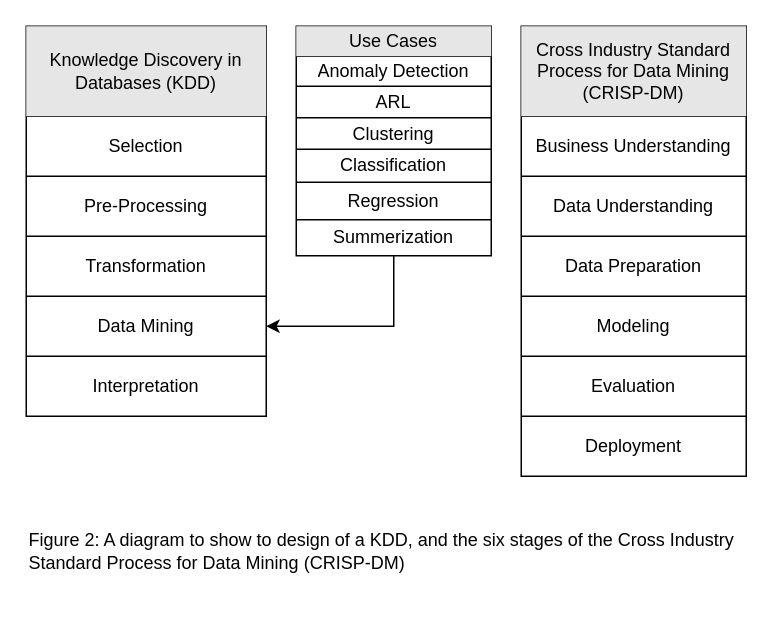
Before: KDD and CRISP-DM.drawio in jzaunegger/CPS-Research, a draw.io diagram. Source tidied: cells renumbered, new cells numbered last; positions are measured from the earlier drawing's top-left corner, leaving out a move shared by most shapes. Both pictures are drawn from the tidied source at 150%, with x=0, y=0 at pixel (26, 26).
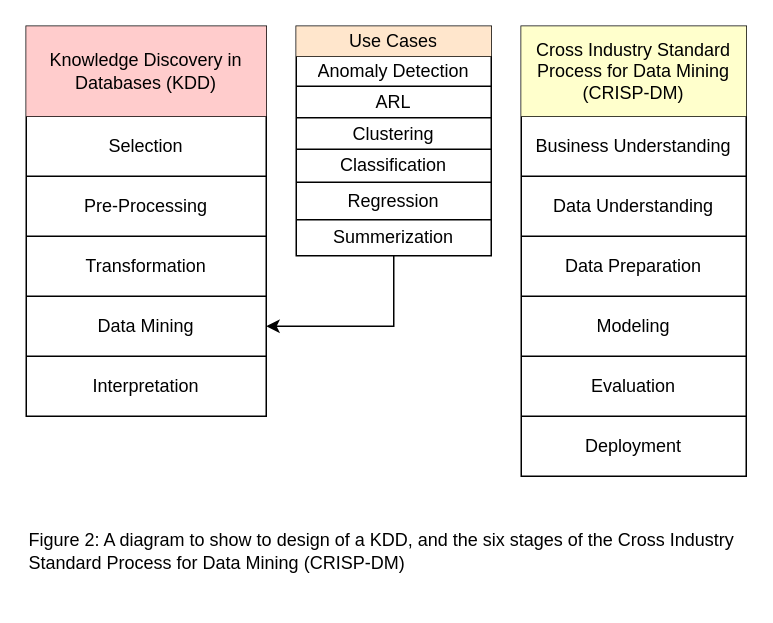
The same diagram, later.

Unchanged cells that the change refers to:
```xml
<mxCell id="4" style="shape=partialRectangle;html=1;whiteSpace=wrap;fillColor=none;top=0;left=0;bottom=0;right=0;" parent="3" vertex="1">
  <mxGeometry width="130" height="20" as="geometry" />
</mxCell>
<mxCell id="20" style="shape=partialRectangle;html=1;whiteSpace=wrap;fillColor=none;top=0;left=0;bottom=0;right=0;" parent="19" vertex="1">
  <mxGeometry width="150" height="60" as="geometry" />
</mxCell>
<mxCell id="35" style="shape=partialRectangle;html=1;whiteSpace=wrap;fillColor=none;top=0;left=0;bottom=0;right=0;" parent="34" vertex="1">
  <mxGeometry width="160" height="60" as="geometry" />
</mxCell>
```

What changed in the source:
```diff
@@
-    <mxCell id="5" value="Use Cases" style="shape=partialRectangle;html=1;whiteSpace=wrap;overflow=hidden;top=0;left=0;bottom=0;right=0;fillColor=#E6E6E6;" parent="4" vertex="1">
+    <mxCell id="5" value="Use Cases" style="shape=partialRectangle;html=1;whiteSpace=wrap;overflow=hidden;top=0;left=0;bottom=0;right=0;fillColor=#FFE6CC;" parent="4" vertex="1">
       <mxGeometry width="130" height="20" as="geometry" />
     </mxCell>
@@
-    <mxCell id="21" value="Cross Industry Standard Process for Data Mining (CRISP-DM)" style="shape=partialRectangle;html=1;whiteSpace=wrap;overflow=hidden;top=0;left=0;bottom=0;right=0;fillColor=#E6E6E6;" parent="20" vertex="1">
+    <mxCell id="21" value="Cross Industry Standard Process for Data Mining (CRISP-DM)" style="shape=partialRectangle;html=1;whiteSpace=wrap;overflow=hidden;top=0;left=0;bottom=0;right=0;fillColor=#FFFFCC;" parent="20" vertex="1">
       <mxGeometry width="150" height="60" as="geometry" />
     </mxCell>
@@
-    <mxCell id="36" value="Knowledge Discovery in Databases (KDD)" style="shape=partialRectangle;html=1;whiteSpace=wrap;overflow=hidden;top=0;left=0;bottom=0;right=0;fillColor=#E6E6E6;" parent="35" vertex="1">
+    <mxCell id="36" value="Knowledge Discovery in Databases (KDD)" style="shape=partialRectangle;html=1;whiteSpace=wrap;overflow=hidden;top=0;left=0;bottom=0;right=0;fillColor=#FFCCCC;" parent="35" vertex="1">
       <mxGeometry width="160" height="60" as="geometry" />
     </mxCell>
```
